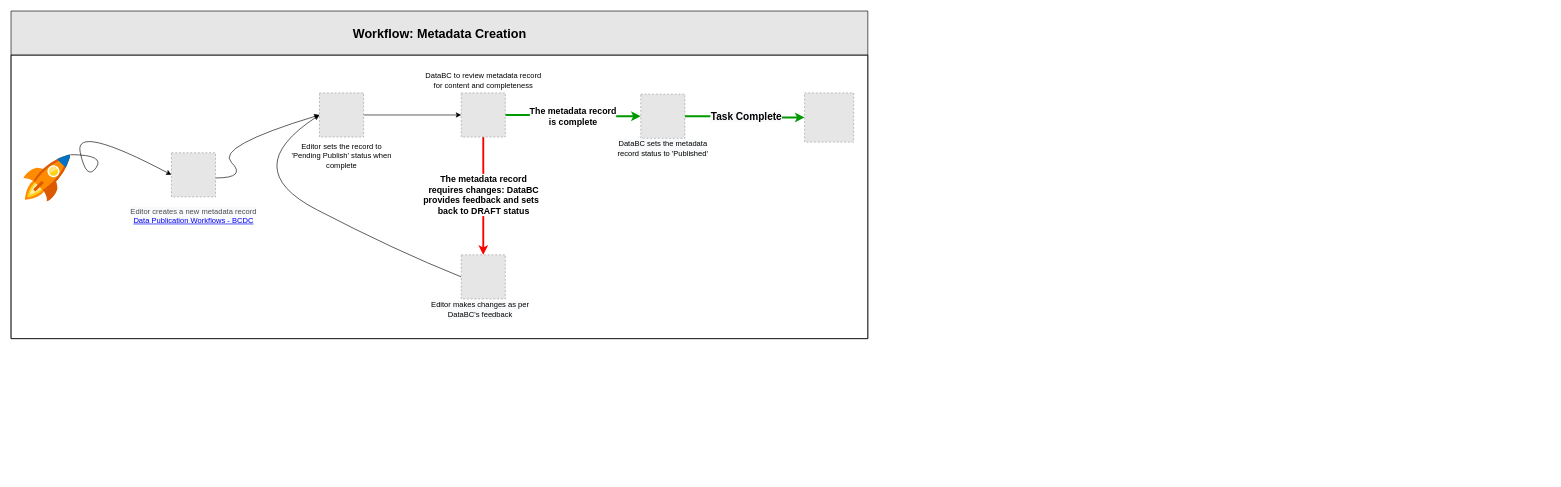
Earlier version of the draw.io diagram pages/images/wf_MetadataCreation.drawio (bcgov/data-publication). Source tidied: cells renumbered, new cells numbered last; positions are measured from the earlier drawing's top-left corner, leaving out a move shared by most shapes. Both pictures are drawn from the tidied source at 63%, with x=0, y=0 at pixel (11, 11). Pictures stored in the file or linked from it are replaced by grey dashed boxes.
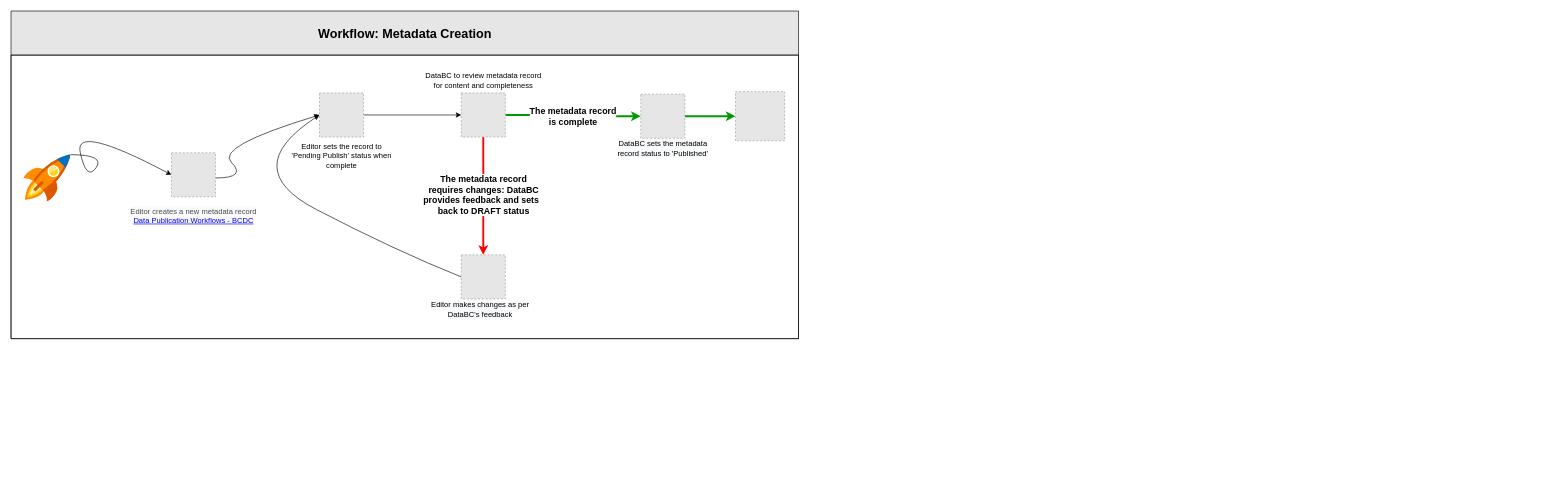
Above is the later version.

Unchanged cells that the change refers to:
```xml
<mxCell id="8" style="edgeStyle=orthogonalEdgeStyle;rounded=0;jettySize=auto;html=1;exitX=1;exitY=0.5;exitDx=0;exitDy=0;entryX=0;entryY=0.5;entryDx=0;entryDy=0;strokeWidth=3;fontFamily=Helvetica;fontSize=14;strokeColor=#009900;" parent="3" edge="1" source="16" target="30">
  <mxGeometry relative="1" as="geometry" />
</mxCell>
```

The edit, as a diff of the source:
```diff
@@
     <mxCell id="2" value="Workflow: Metadata Creation" style="swimlane;html=1;startSize=70;rounded=0;shadow=0;labelBackgroundColor=none;strokeWidth=1;fontFamily=Helvetica;fontSize=20;align=center;fillColor=#E6E6E6;" parent="1" vertex="1">
-      <mxGeometry width="1360" height="520" as="geometry" />
+      <mxGeometry width="1250" height="520" as="geometry" />
     </mxCell>
     <mxCell id="3" style="swimlane;html=1;startSize=0;whiteSpace=wrap;" parent="2" vertex="1">
-      <mxGeometry y="70" width="1360" height="450" as="geometry" />
+      <mxGeometry y="70" width="1250" height="450" as="geometry" />
     </mxCell>
@@
-    <mxCell id="9" value="&lt;span style=&quot;color: rgb(0 , 0 , 0) ; font-size: 16px ; font-weight: 700 ; background-color: rgb(248 , 249 , 250)&quot;&gt;Task Complete&lt;/span&gt;" style="edgeLabel;html=1;align=center;verticalAlign=middle;fontColor=#4D4D4D;" parent="8" vertex="1">
-      <mxGeometry x="-0.29" y="-1" relative="1" as="geometry">
-        <mxPoint x="29" y="-1" as="offset" />
-      </mxGeometry>
-    </mxCell>
@@
     <mxCell id="30" style="fillColor=#E6E6E6;strokeColor=#999999;dashed=1;html=1;verticalAlign=top;verticalLabelPosition=bottom;labelBackgroundColor=#ffffff;fontColor=#4D4D4D;" parent="3" vertex="1">
-      <mxGeometry x="1259.6" y="60" width="78" height="78" as="geometry" />
+      <mxGeometry x="1150" y="58" width="78" height="78" as="geometry" />
     </mxCell>
```
